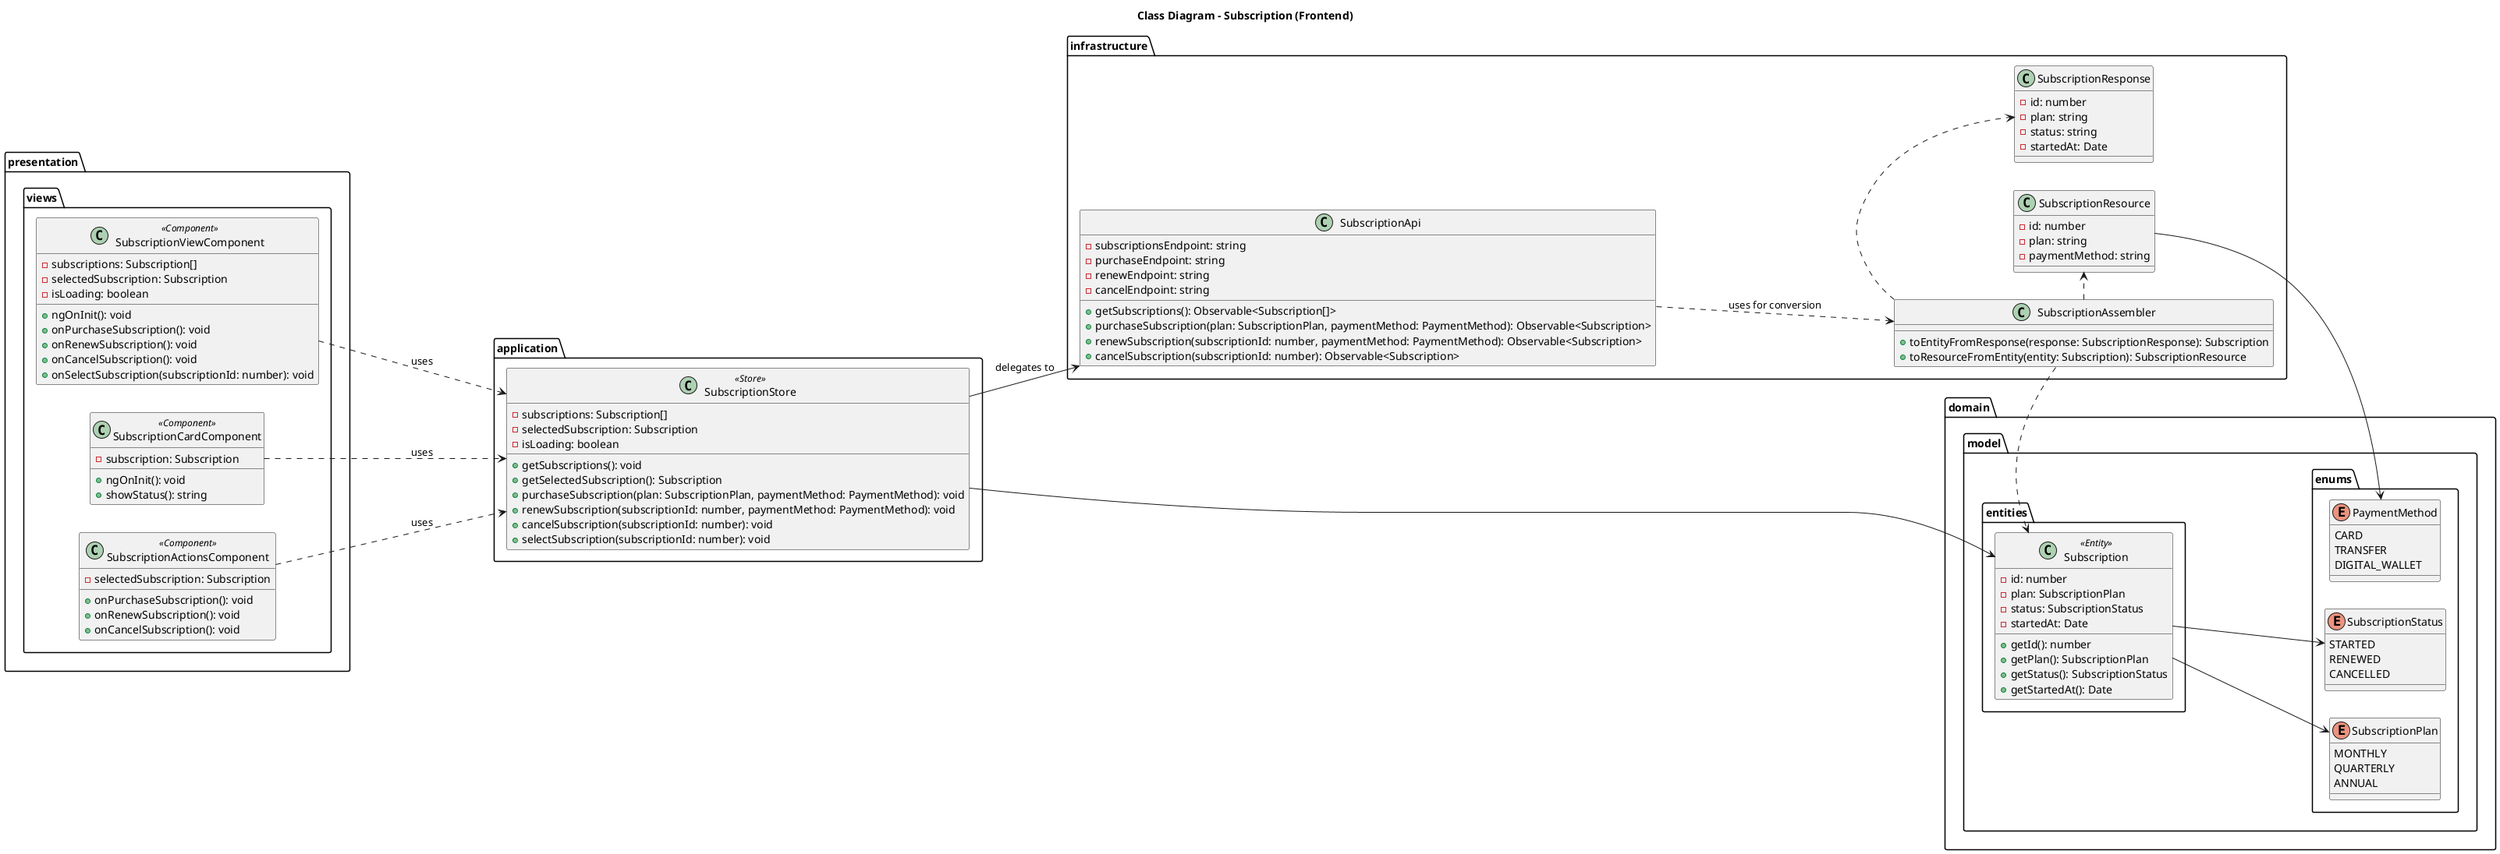
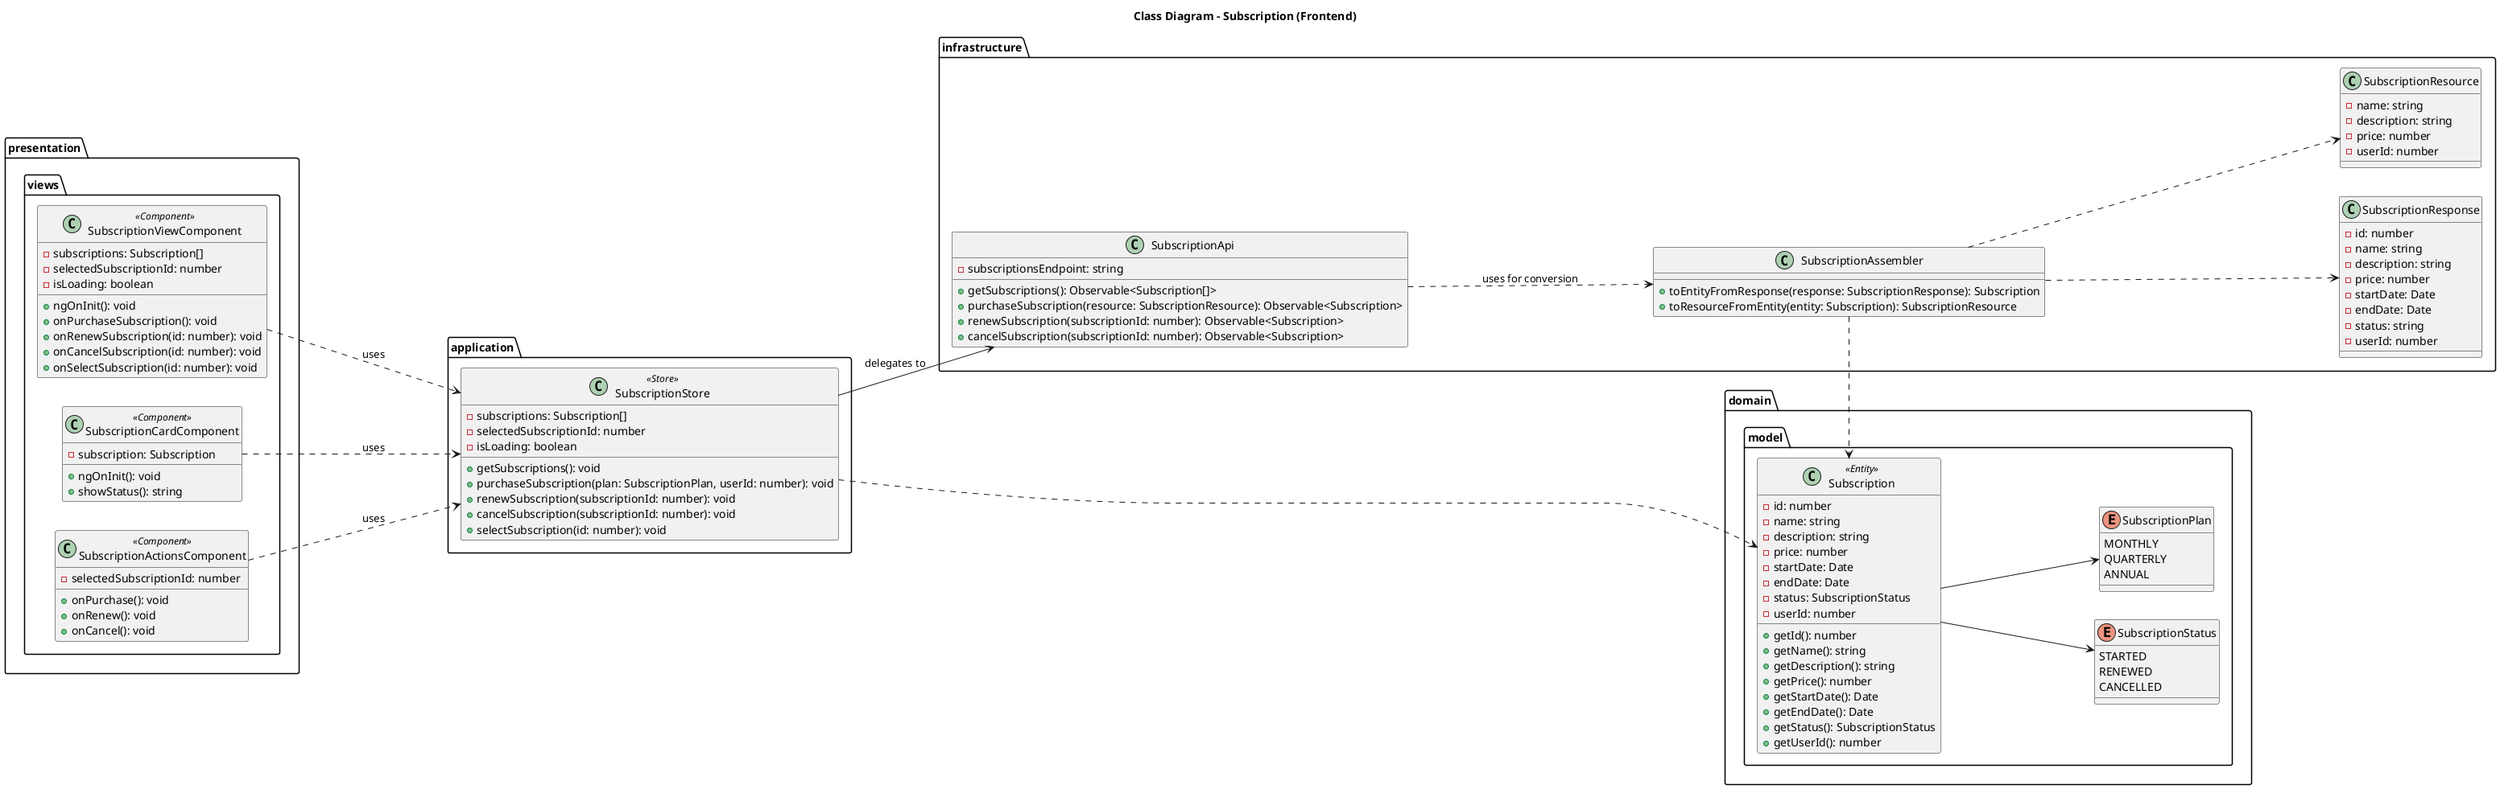
@startuml

left to right direction

title Class Diagram - Subscription (Frontend)

package "application" {
+ 
  class SubscriptionStore <<Store>> {
    -subscriptions: Subscription[]
-     -selectedSubscription: Subscription
+     -selectedSubscriptionId: number
    -isLoading: boolean

    +getSubscriptions(): void
-     +getSelectedSubscription(): Subscription
-     +purchaseSubscription(plan: SubscriptionPlan, paymentMethod: PaymentMethod): void
-     +renewSubscription(subscriptionId: number, paymentMethod: PaymentMethod): void
+     +purchaseSubscription(plan: SubscriptionPlan, userId: number): void
+     +renewSubscription(subscriptionId: number): void
    +cancelSubscription(subscriptionId: number): void
-     +selectSubscription(subscriptionId: number): void
+     +selectSubscription(id: number): void
  }
+ 
}

package "presentation" {
+ 
  package "views" {
+ 
    class SubscriptionViewComponent <<Component>> {
      -subscriptions: Subscription[]
-       -selectedSubscription: Subscription
+       -selectedSubscriptionId: number
      -isLoading: boolean

      +ngOnInit(): void
      +onPurchaseSubscription(): void
-       +onRenewSubscription(): void
-       +onCancelSubscription(): void
-       +onSelectSubscription(subscriptionId: number): void
+       +onRenewSubscription(id: number): void
+       +onCancelSubscription(id: number): void
+       +onSelectSubscription(id: number): void
    }

    class SubscriptionCardComponent <<Component>> {
      -subscription: Subscription

      +ngOnInit(): void
      +showStatus(): string
    }

    class SubscriptionActionsComponent <<Component>> {
-       -selectedSubscription: Subscription
+       -selectedSubscriptionId: number

-       +onPurchaseSubscription(): void
-       +onRenewSubscription(): void
-       +onCancelSubscription(): void
+       +onPurchase(): void
+       +onRenew(): void
+       +onCancel(): void
    }
+ 
  }
+ 
}

package "infrastructure" {
+ 
  class SubscriptionApi {
    -subscriptionsEndpoint: string
-     -purchaseEndpoint: string
-     -renewEndpoint: string
-     -cancelEndpoint: string

    +getSubscriptions(): Observable<Subscription[]>
-     +purchaseSubscription(plan: SubscriptionPlan, paymentMethod: PaymentMethod): Observable<Subscription>
-     +renewSubscription(subscriptionId: number, paymentMethod: PaymentMethod): Observable<Subscription>
+     +purchaseSubscription(resource: SubscriptionResource): Observable<Subscription>
+     +renewSubscription(subscriptionId: number): Observable<Subscription>
    +cancelSubscription(subscriptionId: number): Observable<Subscription>
  }

  class SubscriptionAssembler {
    +toEntityFromResponse(response: SubscriptionResponse): Subscription
    +toResourceFromEntity(entity: Subscription): SubscriptionResource
  }

  class SubscriptionResponse {
    -id: number
-     -plan: string
+     -name: string
+     -description: string
+     -price: number
+     -startDate: Date
+     -endDate: Date
    -status: string
-     -startedAt: Date
+     -userId: number
  }

  class SubscriptionResource {
-     -id: number
-     -plan: string
-     -paymentMethod: string
+     -name: string
+     -description: string
+     -price: number
+     -userId: number
  }
+ 
}

package "domain" {
+ 
  package "model" {
-     package "entities" {
-       class Subscription <<Entity>> {
-         -id: number
-         -plan: SubscriptionPlan
-         -status: SubscriptionStatus
-         -startedAt: Date

-         +getId(): number
-         +getPlan(): SubscriptionPlan
-         +getStatus(): SubscriptionStatus
-         +getStartedAt(): Date
-       }
+     class Subscription <<Entity>> {
+       -id: number
+       -name: string
+       -description: string
+       -price: number
+       -startDate: Date
+       -endDate: Date
+       -status: SubscriptionStatus
+       -userId: number
+ 
+       +getId(): number
+       +getName(): string
+       +getDescription(): string
+       +getPrice(): number
+       +getStartDate(): Date
+       +getEndDate(): Date
+       +getStatus(): SubscriptionStatus
+       +getUserId(): number
    }

-     package "enums" {
-       enum SubscriptionPlan {
-         MONTHLY
-         QUARTERLY
-         ANNUAL
-       }
+     enum SubscriptionStatus {
+       STARTED
+       RENEWED
+       CANCELLED
+     }

-       enum SubscriptionStatus {
-         STARTED
-         RENEWED
-         CANCELLED
-       }
+     enum SubscriptionPlan {
+       MONTHLY
+       QUARTERLY
+       ANNUAL
+     }

-       enum PaymentMethod {
-         CARD
-         TRANSFER
-         DIGITAL_WALLET
-       }
-     }
  }
+ 
}

SubscriptionStore -down-> SubscriptionApi : delegates to
- SubscriptionStore -right-> Subscription
- 
- SubscriptionApi ..down..> SubscriptionAssembler : uses for conversion
- SubscriptionAssembler ..right..> SubscriptionResponse
- SubscriptionAssembler ..right..> SubscriptionResource
- SubscriptionAssembler ..right..> Subscription

SubscriptionViewComponent ..down..> SubscriptionStore : uses
SubscriptionCardComponent ..down..> SubscriptionStore : uses
SubscriptionActionsComponent ..down..> SubscriptionStore : uses

+ SubscriptionApi ..down..> SubscriptionAssembler : uses for conversion
+ 
+ SubscriptionAssembler ..down..> SubscriptionResponse
+ SubscriptionAssembler ..down..> SubscriptionResource
+ SubscriptionAssembler ..right..> Subscription
+ 
+ SubscriptionStore ..right..> Subscription
+ 
+ Subscription --> SubscriptionStatus
Subscription --> SubscriptionPlan
- Subscription --> SubscriptionStatus
- SubscriptionResource --> PaymentMethod

@enduml